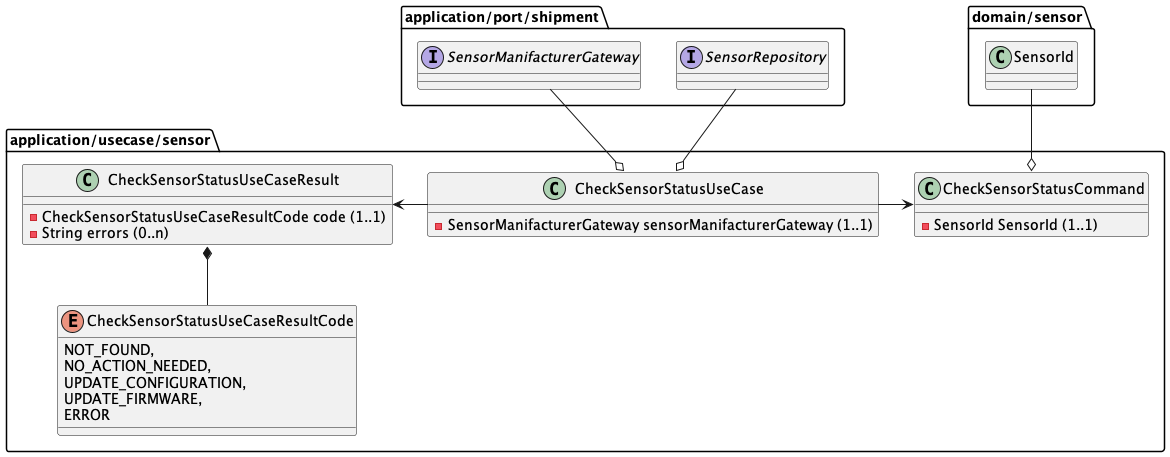
The PlantUML diagram docs/images/ClassDiagramCheckSensorStatus.png in AboutCodingBE/validation-excercise, before a commit. Its diagram source:
```plantuml
@startuml

package application/usecase/sensor {
  class CheckSensorStatusCommand {
    -SensorId SensorId (1..1)
  }

  class CheckSensorStatusUseCase {
    -SensorManifacturerGateway sensorManifacturerGateway (1..1)
  }

  class CheckSensorStatusUseCaseResult {
    -CheckSensorStatusUseCaseResultCode code (1..1)
    -String errors (0..n)
  }

  enum CheckSensorStatusUseCaseResultCode {
    NOT_FOUND,
    NO_ACTION_NEEDED,
    UPDATE_CONFIGURATION,
    UPDATE_FIRMWARE,
    ERROR
  }

  CheckSensorStatusUseCase -right-> CheckSensorStatusCommand
  CheckSensorStatusUseCase -left-> CheckSensorStatusUseCaseResult

  CheckSensorStatusUseCaseResult *-down- CheckSensorStatusUseCaseResultCode
}

package application/port/shipment {
    interface SensorManifacturerGateway
    interface SensorRepository
}

package domain/sensor {
  class SensorId
}

CheckSensorStatusCommand o-up- SensorId
CheckSensorStatusUseCase o-up- SensorManifacturerGateway
CheckSensorStatusUseCase o-up- SensorRepository
@enduml
```
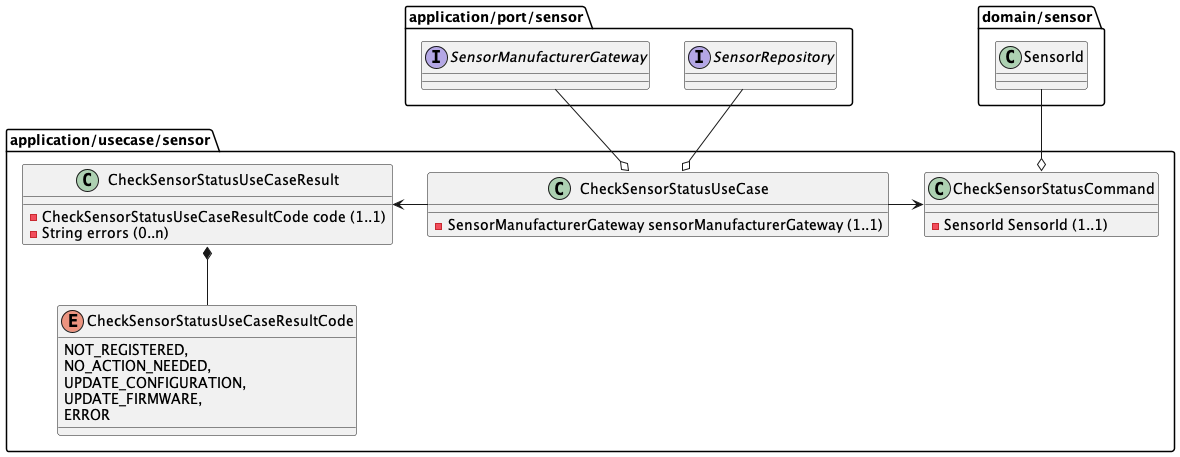
The same file after the commit.

Change to the diagram source:
```diff
@@ -6,7 +6,7 @@
   }
 
   class CheckSensorStatusUseCase {
-    -SensorManifacturerGateway sensorManifacturerGateway (1..1)
+    -SensorManufacturerGateway sensorManufacturerGateway (1..1)
   }
 
   class CheckSensorStatusUseCaseResult {
@@ -15,7 +15,7 @@
   }
 
   enum CheckSensorStatusUseCaseResultCode {
-    NOT_FOUND,
+    NOT_REGISTERED,
     NO_ACTION_NEEDED,
     UPDATE_CONFIGURATION,
     UPDATE_FIRMWARE,
@@ -28,8 +28,8 @@
   CheckSensorStatusUseCaseResult *-down- CheckSensorStatusUseCaseResultCode
 }
 
-package application/port/shipment {
-    interface SensorManifacturerGateway
+package application/port/sensor {
+    interface SensorManufacturerGateway
     interface SensorRepository
 }
 
@@ -38,6 +38,6 @@
 }
 
 CheckSensorStatusCommand o-up- SensorId
-CheckSensorStatusUseCase o-up- SensorManifacturerGateway
+CheckSensorStatusUseCase o-up- SensorManufacturerGateway
 CheckSensorStatusUseCase o-up- SensorRepository
 @enduml
```
